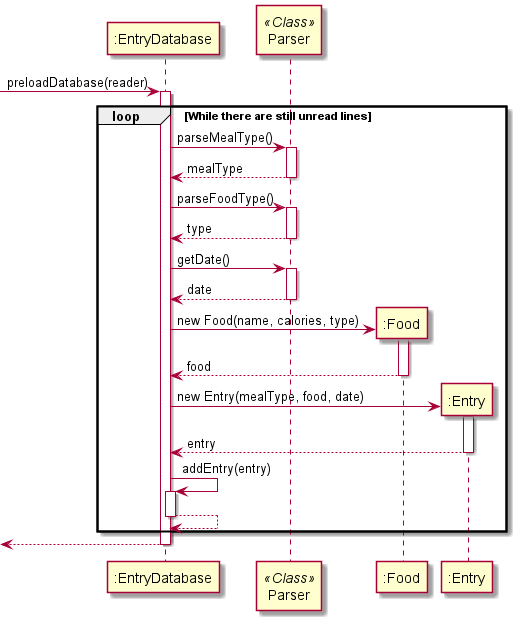
Earlier version of the PlantUML export docs/diagrams-DG/EntryDatabase_preLoadDatabase_Seq.png (praj-bellakka/tp).
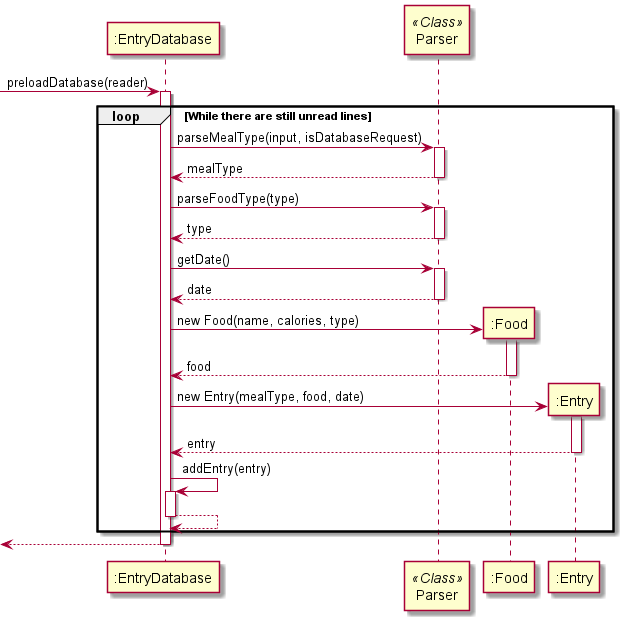
The same file after the commit.

Commit message:
Fix Sequence diagram

Change to the diagram source:
```diff
@@ -5,11 +5,11 @@
 participant Parser << Class >>
 loop While there are still unread lines
 
-    ":EntryDatabase" -> Parser: parseMealType()
+    ":EntryDatabase" -> Parser: parseMealType(input, isDatabaseRequest)
     activate Parser
     return mealType
 
-    ":EntryDatabase" -> Parser: parseFoodType()
+    ":EntryDatabase" -> Parser: parseFoodType(type)
     activate Parser
     return type
 
```
